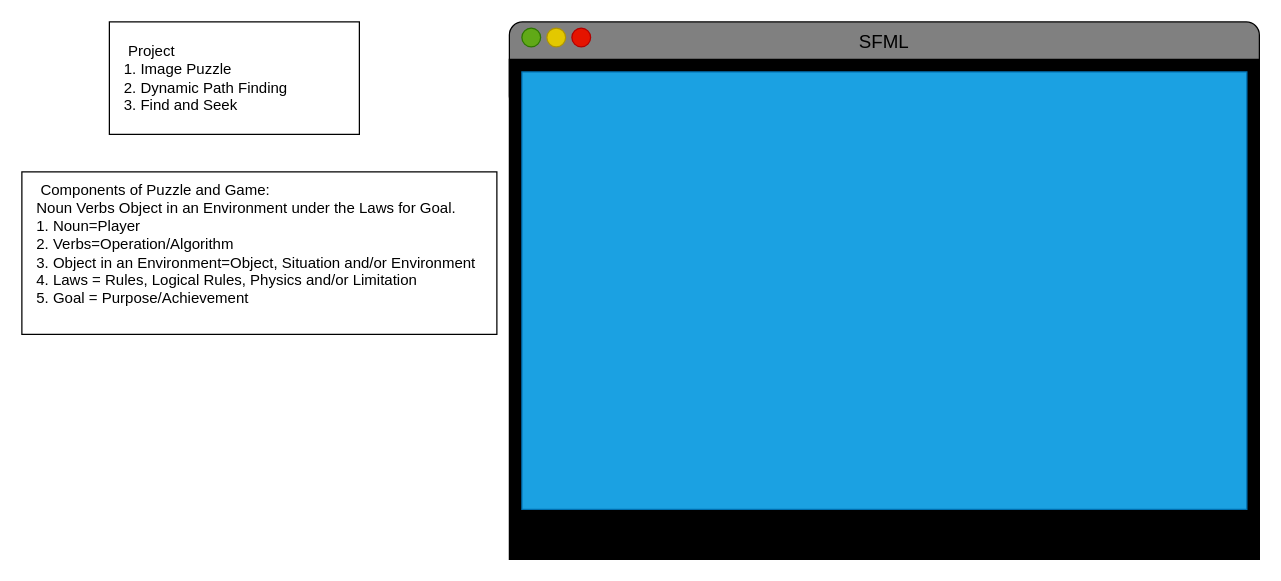
This is TODOLISTapril2022.drawio from NihilisticMotif/Draw10SoftwarePlanning, a draw.io file, before an edit. Source tidied: cells renumbered, new cells numbered last; positions are measured from the earlier drawing's top-left corner, leaving out a move shared by most shapes. Both pictures are drawn from the tidied source at 125%, with x=0, y=0 at pixel (21, 21).
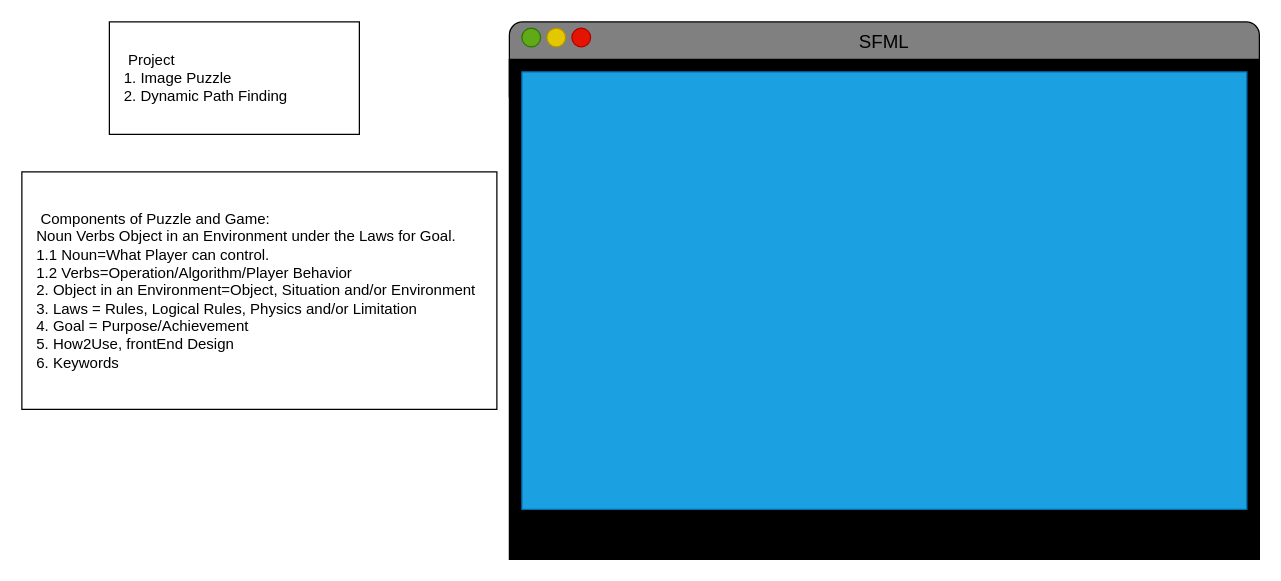
Above is the later version.

The edit, as a diff of the source:
```diff
@@
 <mxGraphModel>
   <root>
     <mxCell id="0" />
     <mxCell id="1" parent="0" />
-    <mxCell id="2" value="&lt;span style=&quot;white-space: pre&quot;&gt; Project&lt;br&gt;1. Image Puzzle&lt;br&gt;2. Dynamic Path Finding&lt;br/&gt;3. Find and Seek&lt;br&gt;&lt;/span&gt;" style="rounded=0;whiteSpace=wrap;html=1;spacingLeft=10;align=left;" parent="1" vertex="1">
+    <mxCell id="2" value="&lt;span style=&quot;white-space: pre&quot;&gt; Project&lt;br&gt;1. Image Puzzle&lt;br&gt;2. Dynamic Path Finding&lt;br&gt;&lt;/span&gt;" style="rounded=0;whiteSpace=wrap;html=1;spacingLeft=10;align=left;" parent="1" vertex="1">
       <mxGeometry x="70" width="200" height="90" as="geometry" />
     </mxCell>
     <mxCell id="3" style="rounded=1;whiteSpace=wrap;html=1;fillColor=#808080;" parent="1" vertex="1">
       <mxGeometry x="390" width="600" height="70" as="geometry" />
     </mxCell>
     <mxCell id="4" style="rounded=0;whiteSpace=wrap;html=1;fillColor=#000000;" parent="1" vertex="1">
       <mxGeometry x="390" y="30" width="600" height="400" as="geometry" />
     </mxCell>
     <mxCell id="5" style="rounded=0;whiteSpace=wrap;html=1;fillColor=#1ba1e2;strokeColor=#006EAF;fontColor=#ffffff;" parent="1" vertex="1">
       <mxGeometry x="400" y="40" width="580" height="350" as="geometry" />
     </mxCell>
     <mxCell id="6" value="SFML" style="text;html=1;strokeColor=none;fillColor=none;align=center;verticalAlign=middle;whiteSpace=wrap;rounded=0;fontSize=15;" parent="1" vertex="1">
       <mxGeometry x="660" width="60" height="30" as="geometry" />
     </mxCell>
     <mxCell id="7" style="ellipse;whiteSpace=wrap;html=1;fillColor=#60a917;fontColor=#ffffff;strokeColor=#2D7600;" parent="1" vertex="1">
       <mxGeometry x="400" y="5" width="15" height="15" as="geometry" />
     </mxCell>
     <mxCell id="8" style="ellipse;whiteSpace=wrap;html=1;fillColor=#e3c800;fontColor=#000000;strokeColor=#B09500;" parent="1" vertex="1">
       <mxGeometry x="420" y="5" width="15" height="15" as="geometry" />
     </mxCell>
     <mxCell id="9" style="ellipse;whiteSpace=wrap;html=1;fillColor=#e51400;fontColor=#ffffff;strokeColor=#B20000;" parent="1" vertex="1">
       <mxGeometry x="440" y="5" width="15" height="15" as="geometry" />
     </mxCell>
-    <mxCell id="10" value="&lt;span style=&quot;white-space: pre&quot;&gt; Components of Puzzle and Game:&lt;br&gt;Noun Verbs Object in an Environment under the Laws for Goal.&lt;br&gt;1. Noun=Player&lt;br&gt;2. Verbs=Operation/Algorithm&lt;br&gt;3. Object in an Environment=Object, Situation and/or Environment&lt;br&gt;4. Laws = Rules, Logical Rules, Physics and/or Limitation&lt;br&gt;5. Goal = Purpose/Achievement&lt;br&gt;&lt;br&gt;&lt;/span&gt;" style="rounded=0;whiteSpace=wrap;html=1;align=left;spacingLeft=10;" parent="1" vertex="1">
-      <mxGeometry y="120" width="380" height="130" as="geometry" />
+    <mxCell id="10" value="&lt;span style=&quot;white-space: pre&quot;&gt; Components of Puzzle and Game:&lt;br&gt;Noun Verbs Object in an Environment under the Laws for Goal.&lt;br&gt;1.1 Noun=What Player can control.&lt;br&gt;1.2 Verbs=Operation/Algorithm/Player Behavior&lt;br&gt;2. Object in an Environment=Object, Situation and/or Environment&lt;br&gt;3. Laws = Rules, Logical Rules, Physics and/or Limitation&lt;br&gt;4. Goal = Purpose/Achievement&lt;br&gt;5. How2Use, frontEnd Design&lt;br&gt;6. Keywords&lt;br&gt;&lt;/span&gt;" style="rounded=0;whiteSpace=wrap;html=1;align=left;spacingLeft=10;" parent="1" vertex="1">
+      <mxGeometry y="120" width="380" height="190" as="geometry" />
     </mxCell>
   </root>
 </mxGraphModel>
```
